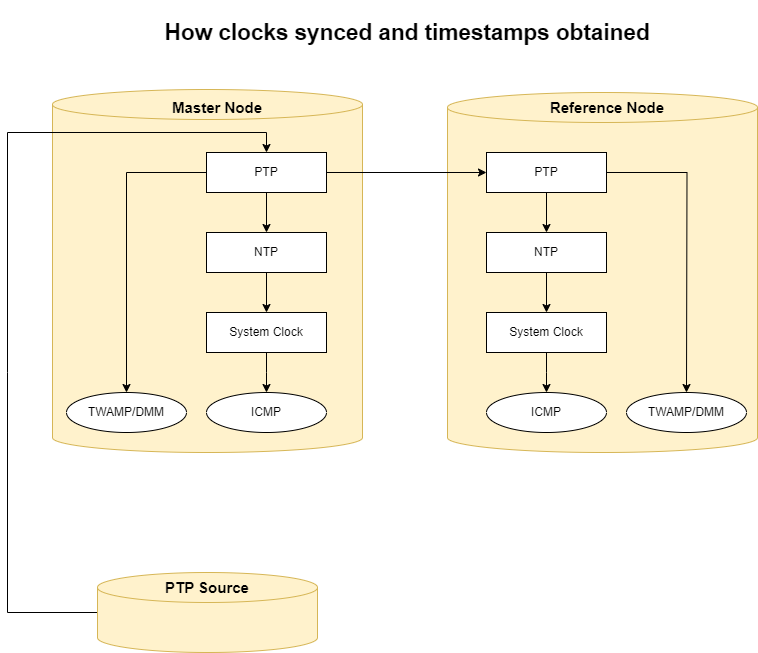
Above: PTP.drawio.png in yangzi326/Python (draw.io), before the change. Source tidied: cells renumbered, new cells last; positions are measured from the earlier drawing's top-left corner, leaving out a move shared by most shapes.
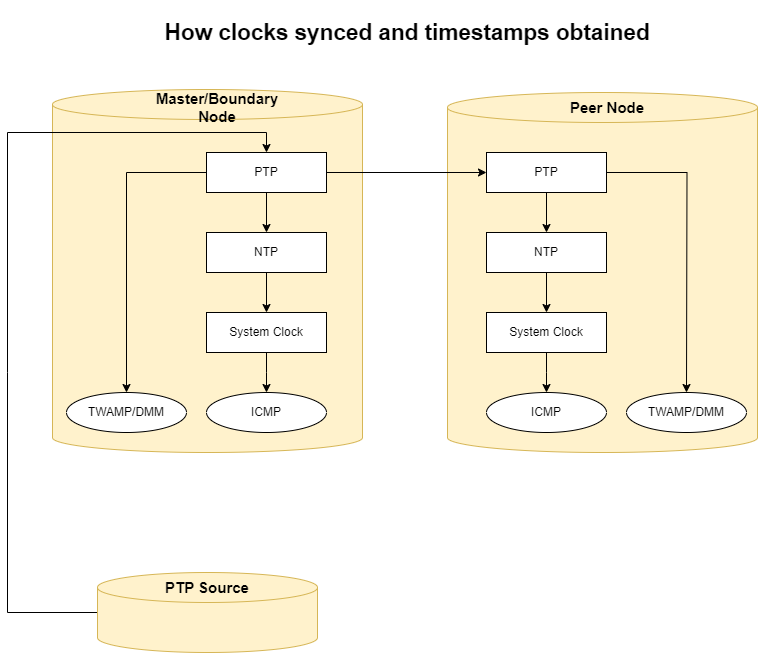
Later version of the same file.

Change to the diagram source:
```diff
@@ -8,7 +8,7 @@
     <mxCell id="3" style="shape=cylinder3;whiteSpace=wrap;html=1;boundedLbl=1;backgroundOutline=1;size=15;fillColor=#fff2cc;strokeColor=#d6b656;gradientColor=none;fillStyle=solid;shadow=0;" parent="2" vertex="1">
       <mxGeometry width="310" height="363" as="geometry" />
     </mxCell>
-    <mxCell id="4" value="Master Node" style="text;html=1;strokeColor=none;fillColor=none;align=center;verticalAlign=middle;whiteSpace=wrap;rounded=0;fontStyle=1;fontSize=15;" parent="2" vertex="1">
+    <mxCell id="4" value="Master/Boundary Node" style="text;html=1;strokeColor=none;fillColor=none;align=center;verticalAlign=middle;whiteSpace=wrap;rounded=0;fontStyle=1;fontSize=15;" parent="2" vertex="1">
       <mxGeometry x="105" y="3" width="120" height="30" as="geometry" />
     </mxCell>
     <mxCell id="5" value="&lt;h2&gt;&lt;b&gt;How clocks synced and timestamps obtained&lt;/b&gt;&lt;/h2&gt;" style="text;html=1;strokeColor=none;fillColor=none;align=center;verticalAlign=middle;whiteSpace=wrap;rounded=0;fontSize=15;" parent="1" vertex="1">
@@ -20,7 +20,7 @@
     <mxCell id="7" style="shape=cylinder3;whiteSpace=wrap;html=1;boundedLbl=1;backgroundOutline=1;size=15;fillColor=#fff2cc;strokeColor=#d6b656;gradientColor=none;fillStyle=solid;shadow=0;" parent="6" vertex="1">
       <mxGeometry width="310" height="360" as="geometry" />
     </mxCell>
-    <mxCell id="8" value="Reference Node" style="text;html=1;strokeColor=none;fillColor=none;align=center;verticalAlign=middle;whiteSpace=wrap;rounded=0;fontStyle=1;fontSize=15;" parent="6" vertex="1">
+    <mxCell id="8" value="Peer Node" style="text;html=1;strokeColor=none;fillColor=none;align=center;verticalAlign=middle;whiteSpace=wrap;rounded=0;fontStyle=1;fontSize=15;" parent="6" vertex="1">
       <mxGeometry x="100" width="120" height="30" as="geometry" />
     </mxCell>
     <mxCell id="9" style="endArrow=classic;html=1;rounded=0;exitX=0;exitY=0.5;exitDx=0;exitDy=0;exitPerimeter=0;entryX=0.5;entryY=0;entryDx=0;entryDy=0;" parent="1" edge="1" source="32" target="23">
```
